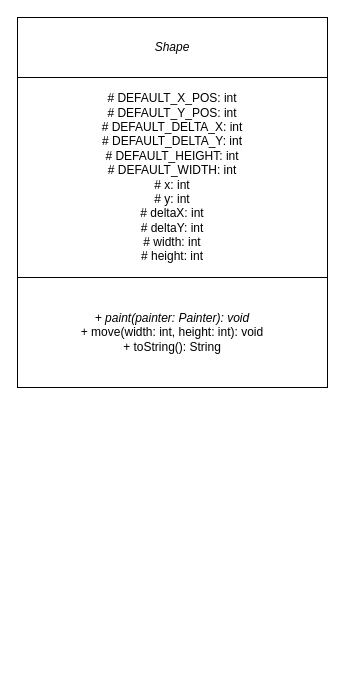
The draw.io diagram UML for Bounce Project.drawio in ben-porteous/CompSci718-Miscellaneous, before the edit. Source tidied: cells renumbered, new cells numbered last; positions are measured from the earlier drawing's top-left corner, leaving out a move shared by most shapes. Both pictures are drawn from the tidied source at 100%, with x=0, y=0 at pixel (17, 17).
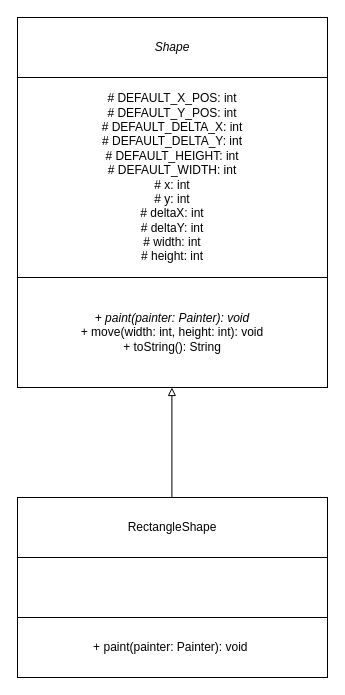
The same page after the edit.

Commit message:
Update UML for Bounce Project - RectShape done.drawio

Change to the diagram source:
```diff
@@
 <mxGraphModel>
   <root>
     <mxCell id="0" />
     <mxCell id="1" parent="0" />
     <mxCell id="2" value="&lt;i&gt;Shape&lt;/i&gt;" style="rounded=0;whiteSpace=wrap;html=1;" parent="1" vertex="1">
       <mxGeometry width="310" height="60" as="geometry" />
     </mxCell>
     <mxCell id="3" value="# DEFAULT_X_POS: int&lt;div&gt;# DEFAULT_Y_POS: int&lt;/div&gt;&lt;div&gt;# DEFAULT_DELTA_X: int&lt;div&gt;# DEFAULT_DELTA_Y: int&lt;/div&gt;&lt;/div&gt;&lt;div&gt;# DEFAULT_HEIGHT: int&lt;/div&gt;&lt;div&gt;# DEFAULT_WIDTH: int&lt;/div&gt;&lt;div&gt;# x: int&lt;/div&gt;&lt;div&gt;# y: int&lt;/div&gt;&lt;div&gt;# deltaX: int&lt;/div&gt;&lt;div&gt;# deltaY: int&lt;/div&gt;&lt;div&gt;# width: int&lt;/div&gt;&lt;div&gt;# height: int&lt;/div&gt;" style="rounded=0;whiteSpace=wrap;html=1;" parent="1" vertex="1">
       <mxGeometry y="60" width="310" height="200" as="geometry" />
     </mxCell>
     <mxCell id="4" value="&lt;div&gt;&lt;i&gt;+ paint(painter: Painter): void&lt;/i&gt;&lt;/div&gt;+ move(width: int, height: int): void&lt;div&gt;+ toString(): String&lt;/div&gt;" style="rounded=0;whiteSpace=wrap;html=1;" parent="1" vertex="1">
       <mxGeometry y="260" width="310" height="110" as="geometry" />
     </mxCell>
+    <mxCell id="5" style="endArrow=block;html=1;rounded=0;endFill=0;" parent="1" edge="1">
+      <mxGeometry relative="1" as="geometry">
+        <mxPoint x="154.4" y="480" as="sourcePoint" />
+        <mxPoint x="154.4" y="370" as="targetPoint" />
+      </mxGeometry>
+    </mxCell>
+    <mxCell id="6" value="RectangleShape" style="rounded=0;whiteSpace=wrap;html=1;" parent="1" vertex="1">
+      <mxGeometry y="480" width="310" height="60" as="geometry" />
+    </mxCell>
+    <mxCell id="7" style="rounded=0;whiteSpace=wrap;html=1;" parent="1" vertex="1">
+      <mxGeometry y="540" width="310" height="60" as="geometry" />
+    </mxCell>
+    <mxCell id="8" value="+ paint(painter: Painter): void&amp;nbsp;" style="rounded=0;whiteSpace=wrap;html=1;" parent="1" vertex="1">
+      <mxGeometry y="600" width="310" height="60" as="geometry" />
+    </mxCell>
   </root>
 </mxGraphModel>
```
